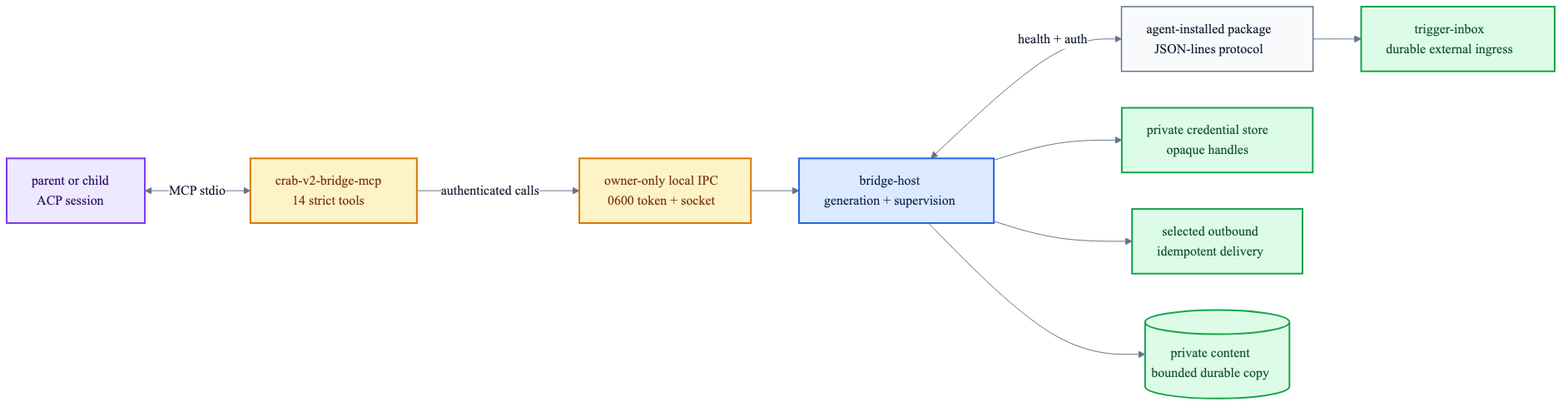
fontanierh/crab keeps this Mermaid diagram as v2/docs/native-bridge-tools-flow.png. Above is the earlier version. Its source is kept beside it as v2/docs/native-bridge-tools-flow.mmd.
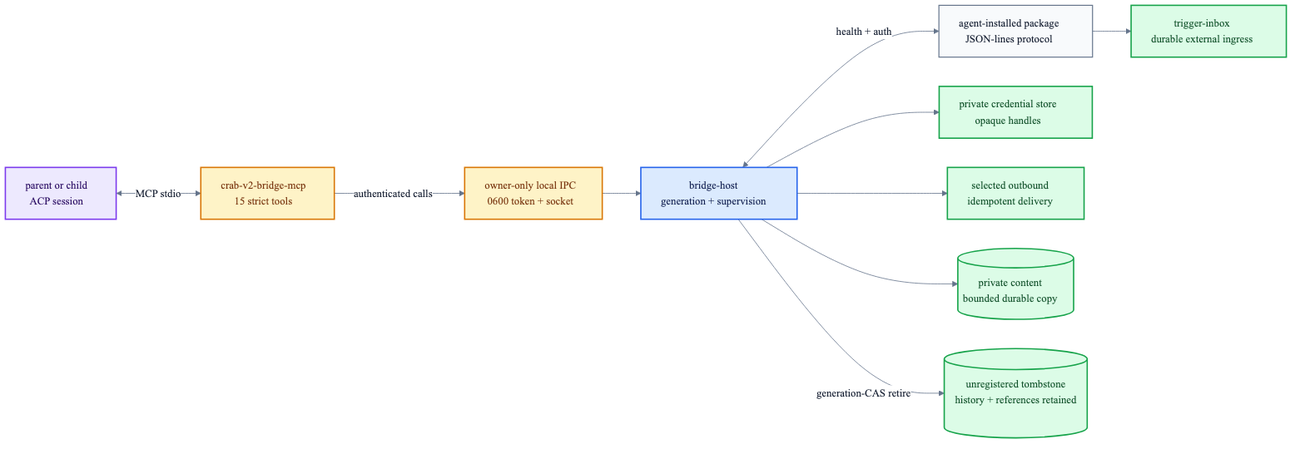
Later version of the same file.

Change to the diagram source:
```diff
@@ -1,7 +1,7 @@
 %%{init: {"theme": "base", "themeVariables": {"fontFamily": "ui-sans-serif, system-ui, sans-serif", "primaryTextColor": "#172033", "lineColor": "#64748b", "edgeLabelBackground": "#ffffff"}, "flowchart": {"curve": "basis", "nodeSpacing": 44, "rankSpacing": 58}}}%%
 flowchart LR
     ACP["parent or child<br/>ACP session"]
-    MCP["crab-v2-bridge-mcp<br/>14 strict tools"]
+    MCP["crab-v2-bridge-mcp<br/>15 strict tools"]
     IPC["owner-only local IPC<br/>0600 token + socket"]
     HOST["bridge-host<br/>generation + supervision"]
     PACKAGE["agent-installed package<br/>JSON-lines protocol"]
@@ -9,12 +9,14 @@
     INGRESS["trigger-inbox<br/>durable external ingress"]
     DELIVERY["selected outbound<br/>idempotent delivery"]
     CONTENT[("private content<br/>bounded durable copy")]
+    TOMB[("unregistered tombstone<br/>history + references retained")]
 
     ACP <-->|"MCP stdio"| MCP
     MCP -->|"authenticated calls"| IPC --> HOST
     HOST <-->|"health + auth"| PACKAGE
     HOST --> CREDS
     HOST --> CONTENT
+    HOST -->|"generation-CAS retire"| TOMB
     PACKAGE --> INGRESS
     HOST --> DELIVERY
 
@@ -27,4 +29,4 @@
     class MCP,IPC boundary;
     class HOST host;
     class PACKAGE package;
-    class CREDS,INGRESS,DELIVERY,CONTENT durable;
+    class CREDS,INGRESS,DELIVERY,CONTENT,TOMB durable;
```
